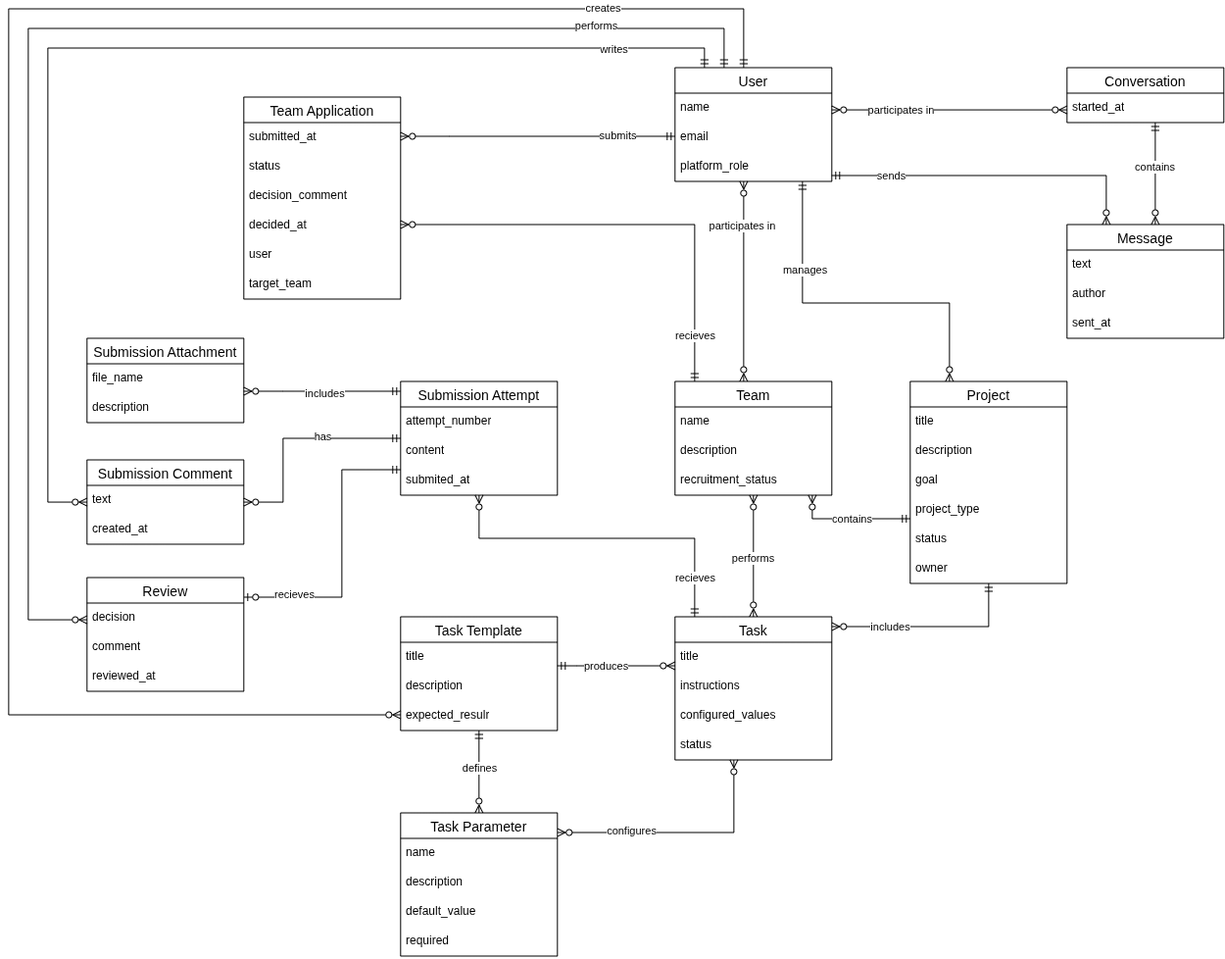
The draw.io diagram docs/src/is_course1/erd1v2.drawio.png in xtern0o/is-course, before a commit. Source tidied: cells renumbered, new cells last; positions are measured from the earlier drawing's top-left corner, leaving out a move shared by most shapes.
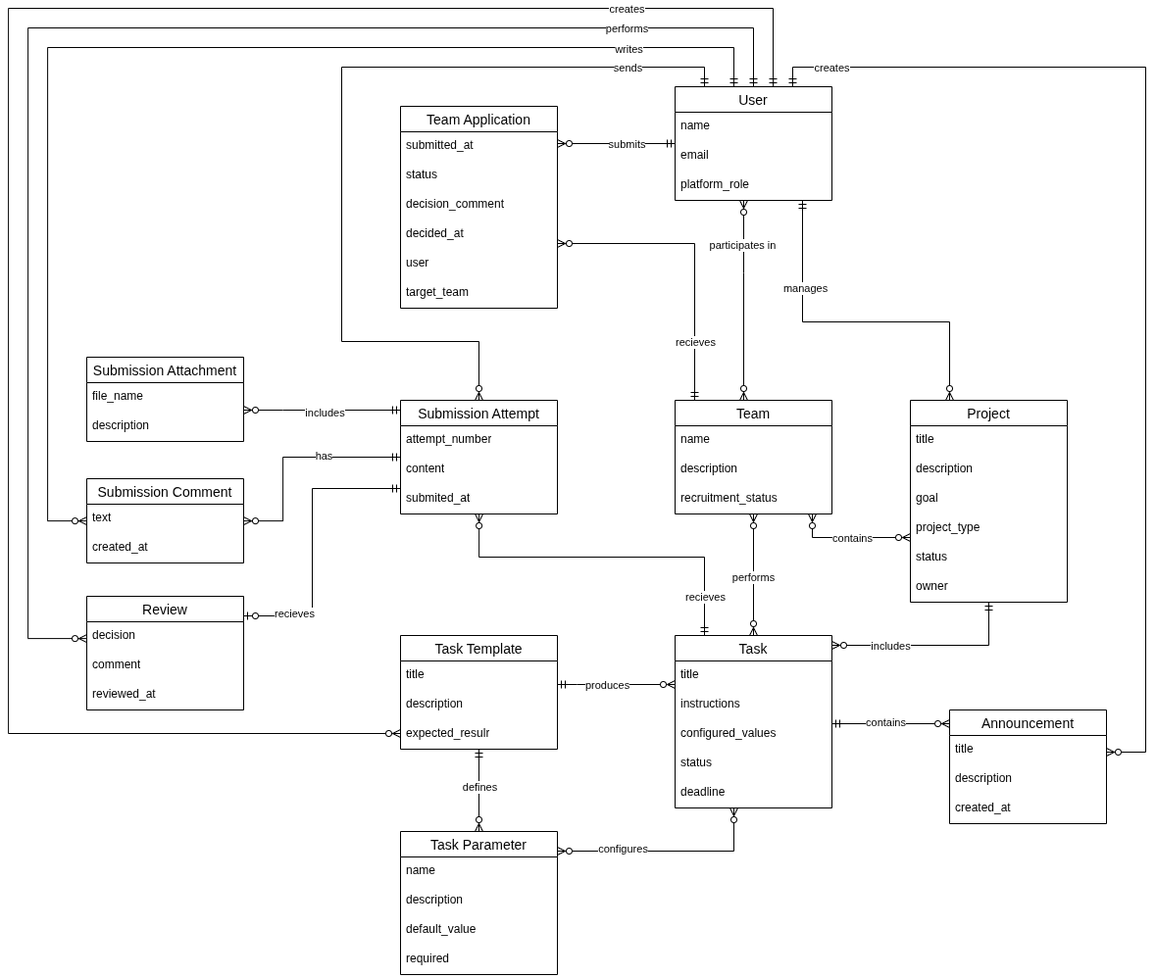
After the change.

Commit message:
[feat] added: c4 diagrams; removed communication from MVP; added announcements to specification

The edit, as a diff of the source:
```diff
@@ -2,31 +2,6 @@
   <root>
     <mxCell id="0" />
     <mxCell id="1" parent="0" />
-    <mxCell id="2" style="edgeStyle=orthogonalEdgeStyle;rounded=0;jettySize=auto;html=1;endArrow=ERzeroToMany;endFill=0;startArrow=ERzeroToMany;startFill=0;" parent="1" edge="1" source="18" target="24">
-      <mxGeometry relative="1" as="geometry">
-        <Array as="points">
-          <mxPoint x="880" y="103" />
-          <mxPoint x="880" y="103" />
-        </Array>
-      </mxGeometry>
-    </mxCell>
-    <mxCell id="3" value="participates in" style="edgeLabel;html=1;align=center;verticalAlign=middle;" parent="2" vertex="1">
-      <mxGeometry x="-0.06" relative="1" as="geometry">
-        <mxPoint x="-43" as="offset" />
-      </mxGeometry>
-    </mxCell>
-    <mxCell id="4" style="edgeStyle=orthogonalEdgeStyle;rounded=0;jettySize=auto;html=1;startArrow=ERmandOne;startFill=0;endArrow=ERzeroToMany;endFill=0;" parent="1" edge="1" source="18" target="26">
-      <mxGeometry relative="1" as="geometry">
-        <Array as="points">
-          <mxPoint x="1120" y="170" />
-        </Array>
-      </mxGeometry>
-    </mxCell>
-    <mxCell id="5" value="sends" style="edgeLabel;html=1;align=center;verticalAlign=middle;" parent="4" vertex="1">
-      <mxGeometry x="-0.37" relative="1" as="geometry">
-        <mxPoint x="-43" as="offset" />
-      </mxGeometry>
-    </mxCell>
     <mxCell id="6" style="edgeStyle=orthogonalEdgeStyle;rounded=0;jettySize=auto;html=1;endArrow=ERzeroToMany;endFill=0;startArrow=ERmandOne;startFill=0;" parent="1" edge="1" source="18" target="30">
       <mxGeometry relative="1" as="geometry">
         <Array as="points">
@@ -36,7 +11,9 @@
       </mxGeometry>
     </mxCell>
     <mxCell id="7" value="submits" style="edgeLabel;html=1;align=center;verticalAlign=middle;" parent="6" vertex="1">
-      <mxGeometry x="-0.58" y="-1" relative="1" as="geometry" />
+      <mxGeometry x="-0.58" y="-1" relative="1" as="geometry">
+        <mxPoint x="-25" y="1" as="offset" />
+      </mxGeometry>
     </mxCell>
     <mxCell id="8" style="edgeStyle=orthogonalEdgeStyle;rounded=0;jettySize=auto;html=1;startArrow=ERzeroToMany;startFill=0;endArrow=ERzeroToMany;endFill=0;" parent="1" edge="1" source="18" target="41">
       <mxGeometry relative="1" as="geometry">
@@ -61,41 +38,74 @@
       <mxGeometry x="-0.5" y="2" relative="1" as="geometry" />
     </mxCell>
     <mxCell id="12" style="edgeStyle=orthogonalEdgeStyle;rounded=0;jettySize=auto;html=1;endArrow=ERzeroToMany;endFill=0;startArrow=ERmandOne;startFill=0;" parent="1" edge="1" source="18" target="91">
-      <mxGeometry relative="1" as="geometry">
+      <mxGeometry x="0.03" relative="1" as="geometry">
         <Array as="points">
-          <mxPoint x="710.1" y="40" />
-          <mxPoint x="40.1" y="40" />
+          <mxPoint x="740" y="20" />
+          <mxPoint x="40.1" y="20" />
           <mxPoint x="40.1" y="503.1" />
         </Array>
       </mxGeometry>
     </mxCell>
     <mxCell id="13" value="writes" style="edgeLabel;html=1;align=center;verticalAlign=middle;" parent="12" vertex="1">
-      <mxGeometry x="-0.81" y="1" relative="1" as="geometry" />
+      <mxGeometry x="-0.77" y="1" relative="1" as="geometry" />
     </mxCell>
     <mxCell id="14" style="edgeStyle=orthogonalEdgeStyle;rounded=0;jettySize=auto;html=1;startArrow=ERmandOne;startFill=0;endArrow=ERzeroToMany;endFill=0;" parent="1" edge="1" source="18" target="94">
-      <mxGeometry relative="1" as="geometry">
+      <mxGeometry x="0.02" relative="1" as="geometry">
         <Array as="points">
-          <mxPoint x="730.1" y="20" />
-          <mxPoint x="20.1" y="20" />
+          <mxPoint x="760" />
+          <mxPoint x="20.1" />
           <mxPoint x="20.1" y="623.1" />
         </Array>
       </mxGeometry>
     </mxCell>
     <mxCell id="15" value="performs" style="edgeLabel;html=1;align=center;verticalAlign=middle;" parent="14" vertex="1">
-      <mxGeometry x="-0.76" y="-3" relative="1" as="geometry" />
+      <mxGeometry x="-0.72" y="-3" relative="1" as="geometry">
+        <mxPoint x="15" y="3" as="offset" />
+      </mxGeometry>
     </mxCell>
     <mxCell id="16" style="edgeStyle=orthogonalEdgeStyle;rounded=0;jettySize=auto;html=1;startArrow=ERmandOne;startFill=0;endArrow=ERzeroToMany;endFill=0;" parent="1" edge="1" source="18" target="69">
-      <mxGeometry relative="1" as="geometry">
+      <mxGeometry x="0.04" relative="1" as="geometry">
         <Array as="points">
-          <mxPoint x="750.1" />
-          <mxPoint x="0.1" />
+          <mxPoint x="780" y="-20" />
+          <mxPoint x="0.1" y="-20" />
           <mxPoint x="0.1" y="720" />
         </Array>
       </mxGeometry>
     </mxCell>
     <mxCell id="17" value="creates" style="edgeLabel;html=1;align=center;verticalAlign=middle;" parent="16" vertex="1">
-      <mxGeometry x="-0.79" y="-1" relative="1" as="geometry" />
+      <mxGeometry x="-0.76" y="-1" relative="1" as="geometry">
+        <mxPoint x="9" y="1" as="offset" />
+      </mxGeometry>
     </mxCell>
+    <mxCell id="98" style="edgeStyle=orthogonalEdgeStyle;rounded=0;jettySize=auto;html=1;startArrow=ERmandOne;startFill=0;endArrow=ERzeroToMany;endFill=0;" parent="1" edge="1" source="18" target="84">
+      <mxGeometry x="0.09" relative="1" as="geometry">
+        <Array as="points">
+          <mxPoint x="710" y="40" />
+          <mxPoint x="340" y="40" />
+          <mxPoint x="340" y="320" />
+          <mxPoint x="480" y="320" />
+        </Array>
+      </mxGeometry>
+    </mxCell>
+    <mxCell id="5" value="sends" style="edgeLabel;html=1;align=center;verticalAlign=middle;" parent="98" vertex="1">
+      <mxGeometry x="-0.77" y="-4" relative="1" as="geometry">
+        <mxPoint y="4" as="offset" />
+      </mxGeometry>
+    </mxCell>
+    <mxCell id="99" style="edgeStyle=orthogonalEdgeStyle;rounded=0;jettySize=auto;html=1;endArrow=ERzeroToMany;endFill=0;startArrow=ERmandOne;startFill=0;" parent="1" edge="1" source="18" target="103">
+      <mxGeometry x="0.15" relative="1" as="geometry">
+        <Array as="points">
+          <mxPoint x="800" y="40" />
+          <mxPoint x="1160" y="40" />
+          <mxPoint x="1160" y="739" />
+        </Array>
+      </mxGeometry>
+    </mxCell>
+    <mxCell id="100" value="creates" style="edgeLabel;html=1;align=center;verticalAlign=middle;" parent="99" vertex="1">
+      <mxGeometry x="-0.83" y="-5" relative="1" as="geometry">
+        <mxPoint x="-35" y="-5" as="offset" />
+      </mxGeometry>
+    </mxCell>
     <mxCell id="18" value="User" style="swimlane;fontStyle=0;horizontal=1;startSize=26;align=center;fontSize=14;" parent="1" vertex="1">
       <mxGeometry x="680" y="60" width="160" height="116" as="geometry" />
     </mxCell>
@@ -108,37 +118,8 @@
     <mxCell id="21" value="platform_role" style="text;strokeColor=none;fillColor=none;spacingLeft=4;spacingRight=4;overflow=hidden;fontSize=12;whiteSpace=wrap;html=1;" parent="18" vertex="1">
       <mxGeometry y="86" width="160" height="30" as="geometry" />
     </mxCell>
-    <mxCell id="22" style="edgeStyle=orthogonalEdgeStyle;rounded=0;jettySize=auto;html=1;startArrow=ERmandOne;startFill=0;endArrow=ERzeroToMany;endFill=0;" parent="1" edge="1" source="24" target="26">
-      <mxGeometry relative="1" as="geometry">
-        <Array as="points">
-          <mxPoint x="1170" y="160" />
-          <mxPoint x="1170" y="160" />
-        </Array>
-      </mxGeometry>
-    </mxCell>
-    <mxCell id="23" value="contains" style="edgeLabel;html=1;align=center;verticalAlign=middle;" parent="22" vertex="1">
-      <mxGeometry x="-0.14" y="-1" relative="1" as="geometry" />
-    </mxCell>
-    <mxCell id="24" value="Conversation" style="swimlane;fontStyle=0;horizontal=1;startSize=26;align=center;fontSize=14;" parent="1" vertex="1">
-      <mxGeometry x="1080" y="60" width="160" height="56" as="geometry" />
-    </mxCell>
-    <mxCell id="25" value="started_at" style="text;strokeColor=none;fillColor=none;spacingLeft=4;spacingRight=4;overflow=hidden;fontSize=12;whiteSpace=wrap;html=1;" parent="24" vertex="1">
-      <mxGeometry y="26" width="160" height="30" as="geometry" />
-    </mxCell>
-    <mxCell id="26" value="Message" style="swimlane;fontStyle=0;horizontal=1;startSize=26;align=center;fontSize=14;" parent="1" vertex="1">
-      <mxGeometry x="1080" y="220" width="160" height="116" as="geometry" />
-    </mxCell>
-    <mxCell id="27" value="text" style="text;strokeColor=none;fillColor=none;spacingLeft=4;spacingRight=4;overflow=hidden;fontSize=12;whiteSpace=wrap;html=1;" parent="26" vertex="1">
-      <mxGeometry y="26" width="160" height="30" as="geometry" />
-    </mxCell>
-    <mxCell id="28" value="author" style="text;strokeColor=none;fillColor=none;spacingLeft=4;spacingRight=4;overflow=hidden;fontSize=12;whiteSpace=wrap;html=1;" parent="26" vertex="1">
-      <mxGeometry y="56" width="160" height="30" as="geometry" />
-    </mxCell>
-    <mxCell id="29" value="sent_at" style="text;strokeColor=none;fillColor=none;spacingLeft=4;spacingRight=4;overflow=hidden;fontSize=12;whiteSpace=wrap;html=1;" parent="26" vertex="1">
-      <mxGeometry y="86" width="160" height="30" as="geometry" />
-    </mxCell>
     <mxCell id="30" value="Team Application" style="swimlane;fontStyle=0;horizontal=1;startSize=26;align=center;fontSize=14;" parent="1" vertex="1">
-      <mxGeometry x="240" y="90" width="160" height="206" as="geometry" />
+      <mxGeometry x="400" y="80" width="160" height="206" as="geometry" />
     </mxCell>
     <mxCell id="31" value="submitted_at" style="text;strokeColor=none;fillColor=none;spacingLeft=4;spacingRight=4;overflow=hidden;fontSize=12;whiteSpace=wrap;html=1;" parent="30" vertex="1">
       <mxGeometry y="26" width="160" height="30" as="geometry" />
@@ -166,7 +147,9 @@
       </mxGeometry>
     </mxCell>
     <mxCell id="38" value="recieves" style="edgeLabel;html=1;align=center;verticalAlign=middle;" parent="37" vertex="1">
-      <mxGeometry x="-0.8" relative="1" as="geometry" />
+      <mxGeometry x="-0.8" relative="1" as="geometry">
+        <mxPoint y="-29" as="offset" />
+      </mxGeometry>
     </mxCell>
     <mxCell id="39" style="edgeStyle=orthogonalEdgeStyle;rounded=0;jettySize=auto;html=1;endArrow=ERzeroToMany;endFill=0;startArrow=ERzeroToMany;startFill=0;" parent="1" edge="1" source="41" target="60">
       <mxGeometry relative="1" as="geometry" />
@@ -186,7 +169,7 @@
     <mxCell id="44" value="recruitment_status" style="text;strokeColor=none;fillColor=none;spacingLeft=4;spacingRight=4;overflow=hidden;fontSize=12;whiteSpace=wrap;html=1;" parent="41" vertex="1">
       <mxGeometry y="86" width="160" height="30" as="geometry" />
     </mxCell>
-    <mxCell id="45" style="edgeStyle=orthogonalEdgeStyle;rounded=0;jettySize=auto;html=1;endArrow=ERzeroToMany;endFill=0;startArrow=ERmandOne;startFill=0;" parent="1" edge="1" source="49" target="41">
+    <mxCell id="45" style="edgeStyle=orthogonalEdgeStyle;rounded=0;jettySize=auto;html=1;endArrow=ERzeroToMany;endFill=0;startArrow=ERzeroToMany;startFill=0;" parent="1" edge="1" source="49" target="41">
       <mxGeometry relative="1" as="geometry">
         <Array as="points">
           <mxPoint x="820" y="520" />
@@ -194,7 +177,7 @@
       </mxGeometry>
     </mxCell>
     <mxCell id="46" value="contains" style="edgeLabel;html=1;align=center;verticalAlign=middle;" parent="45" vertex="1">
-      <mxGeometry x="-0.12" relative="1" as="geometry">
+      <mxGeometry x="-0.11" relative="1" as="geometry">
         <mxPoint x="-5" as="offset" />
       </mxGeometry>
     </mxCell>
@@ -242,20 +225,31 @@
       <mxGeometry x="0.41" y="-2" relative="1" as="geometry" />
     </mxCell>
     <mxCell id="58" style="edgeStyle=orthogonalEdgeStyle;rounded=0;jettySize=auto;html=1;startArrow=ERmandOne;startFill=0;endArrow=ERzeroToMany;endFill=0;" parent="1" edge="1" source="60" target="84">
-      <mxGeometry relative="1" as="geometry">
+      <mxGeometry x="0.03" relative="1" as="geometry">
         <Array as="points">
-          <mxPoint x="700.1" y="540" />
+          <mxPoint x="710" y="540" />
           <mxPoint x="480.1" y="540" />
         </Array>
       </mxGeometry>
     </mxCell>
     <mxCell id="59" value="recieves" style="edgeLabel;html=1;align=center;verticalAlign=middle;" parent="58" vertex="1">
-      <mxGeometry x="-0.03" y="-1" relative="1" as="geometry">
-        <mxPoint x="87" y="41" as="offset" />
+      <mxGeometry y="-1" relative="1" as="geometry">
+        <mxPoint x="97" y="41" as="offset" />
       </mxGeometry>
     </mxCell>
+    <mxCell id="101" style="edgeStyle=orthogonalEdgeStyle;rounded=0;jettySize=auto;html=1;startArrow=ERmandOne;startFill=0;endArrow=ERzeroToMany;endFill=0;" parent="1" edge="1" source="60" target="103">
+      <mxGeometry relative="1" as="geometry">
+        <Array as="points">
+          <mxPoint x="880" y="710" />
+          <mxPoint x="880" y="710" />
+        </Array>
+      </mxGeometry>
+    </mxCell>
+    <mxCell id="23" value="contains" style="edgeLabel;html=1;align=center;verticalAlign=middle;" parent="101" vertex="1">
+      <mxGeometry x="-0.1" y="2" relative="1" as="geometry" />
+    </mxCell>
     <mxCell id="60" value="Task" style="swimlane;fontStyle=0;horizontal=1;startSize=26;align=center;fontSize=14;" parent="1" vertex="1">
-      <mxGeometry x="680" y="620" width="160" height="146" as="geometry" />
+      <mxGeometry x="680" y="620" width="160" height="176" as="geometry" />
     </mxCell>
     <mxCell id="61" value="title" style="text;strokeColor=none;fillColor=none;spacingLeft=4;spacingRight=4;overflow=hidden;fontSize=12;whiteSpace=wrap;html=1;" parent="60" vertex="1">
       <mxGeometry y="26" width="160" height="30" as="geometry" />
@@ -269,6 +263,9 @@
     <mxCell id="64" value="status" style="text;strokeColor=none;fillColor=none;spacingLeft=4;spacingRight=4;overflow=hidden;fontSize=12;whiteSpace=wrap;html=1;" parent="60" vertex="1">
       <mxGeometry y="116" width="160" height="30" as="geometry" />
     </mxCell>
+    <mxCell id="102" value="deadline" style="text;strokeColor=none;fillColor=none;spacingLeft=4;spacingRight=4;overflow=hidden;fontSize=12;whiteSpace=wrap;html=1;" parent="60" vertex="1">
+      <mxGeometry y="146" width="160" height="30" as="geometry" />
+    </mxCell>
     <mxCell id="65" style="edgeStyle=orthogonalEdgeStyle;rounded=0;jettySize=auto;html=1;startArrow=ERmandOne;startFill=0;endArrow=ERzeroToMany;endFill=0;" parent="1" edge="1" source="69" target="60">
       <mxGeometry relative="1" as="geometry">
         <Array as="points">
@@ -340,8 +337,8 @@
     <mxCell id="82" style="edgeStyle=orthogonalEdgeStyle;rounded=0;jettySize=auto;html=1;startArrow=ERmandOne;startFill=0;endArrow=ERzeroToOne;endFill=0;" parent="1" edge="1" source="84" target="94">
       <mxGeometry relative="1" as="geometry">
         <Array as="points">
-          <mxPoint x="340.1" y="470" />
-          <mxPoint x="340.1" y="600" />
+          <mxPoint x="310" y="470" />
+          <mxPoint x="310" y="600" />
         </Array>
       </mxGeometry>
     </mxCell>
@@ -390,5 +387,17 @@
     <mxCell id="97" value="reviewed_at" style="text;strokeColor=none;fillColor=none;spacingLeft=4;spacingRight=4;overflow=hidden;fontSize=12;whiteSpace=wrap;html=1;" parent="94" vertex="1">
       <mxGeometry y="86" width="160" height="30" as="geometry" />
     </mxCell>
+    <mxCell id="103" value="Announcement" style="swimlane;fontStyle=0;horizontal=1;startSize=26;align=center;fontSize=14;" parent="1" vertex="1">
+      <mxGeometry x="960" y="696" width="160" height="116" as="geometry" />
+    </mxCell>
+    <mxCell id="104" value="title" style="text;strokeColor=none;fillColor=none;spacingLeft=4;spacingRight=4;overflow=hidden;fontSize=12;whiteSpace=wrap;html=1;" parent="103" vertex="1">
+      <mxGeometry y="26" width="160" height="30" as="geometry" />
+    </mxCell>
+    <mxCell id="105" value="description" style="text;strokeColor=none;fillColor=none;spacingLeft=4;spacingRight=4;overflow=hidden;fontSize=12;whiteSpace=wrap;html=1;" parent="103" vertex="1">
+      <mxGeometry y="56" width="160" height="30" as="geometry" />
+    </mxCell>
+    <mxCell id="106" value="created_at" style="text;strokeColor=none;fillColor=none;spacingLeft=4;spacingRight=4;overflow=hidden;fontSize=12;whiteSpace=wrap;html=1;" parent="103" vertex="1">
+      <mxGeometry y="86" width="160" height="30" as="geometry" />
+    </mxCell>
   </root>
 </mxGraphModel>
```
